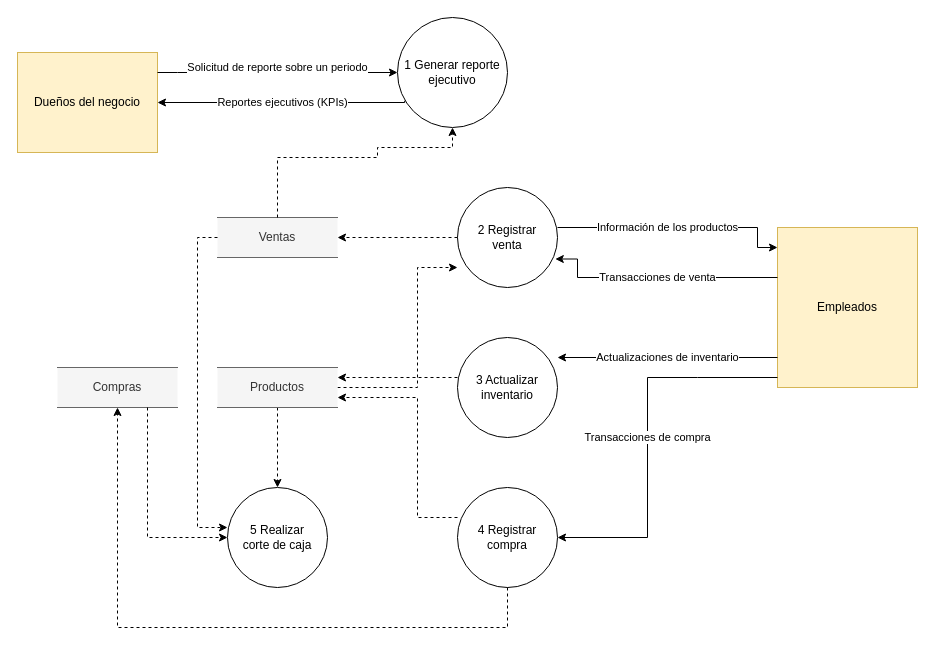
The draw.io diagram docs/dfd_nivel1.drawio in 321048729-GVZ/contexto-ingsoftware, before the edit. Source tidied: cells renumbered, new cells numbered last; positions are measured from the earlier drawing's top-left corner, leaving out a move shared by most shapes. Both pictures are drawn from the tidied source at 100%, with x=0, y=0 at pixel (17, 17).
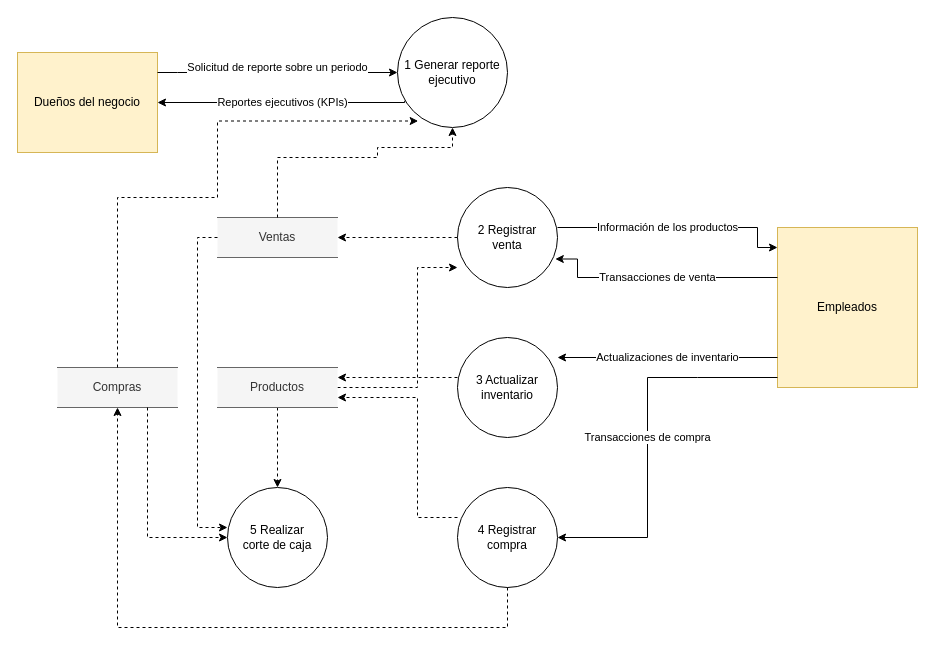
Above is the later version.

The change refers to these unchanged cells:
```xml
<mxCell id="5" value="1 Generar reporte&#10;ejecutivo" style="shape=ellipse;whiteSpace=wrap;html=1;" parent="1" vertex="1">
  <mxGeometry x="380" width="110" height="110" as="geometry" />
</mxCell>
<mxCell id="11" value="Compras" style="shape=partialRectangle;whiteSpace=wrap;html=1;left=0;right=0;fillColor=#f5f5f5;fontColor=#333333;strokeColor=#666666;" parent="1" vertex="1">
  <mxGeometry x="40" y="350" width="120" height="40" as="geometry" />
</mxCell>
```

Change to the diagram source:
```diff
@@
+    <mxCell id="27" style="edgeStyle=orthogonalEdgeStyle;dashed=1;rounded=0;html=1;entryX=0.188;entryY=0.941;entryDx=0;entryDy=0;exitX=0.5;exitY=0;exitDx=0;exitDy=0;entryPerimeter=0;" parent="1" edge="1" source="11" target="5">
+      <mxGeometry x="-0.17" relative="1" as="geometry">
+        <Array as="points">
+          <mxPoint x="100" y="180" />
+          <mxPoint x="200" y="180" />
+          <mxPoint x="200" y="103.5" />
+        </Array>
+      </mxGeometry>
+    </mxCell>
```
